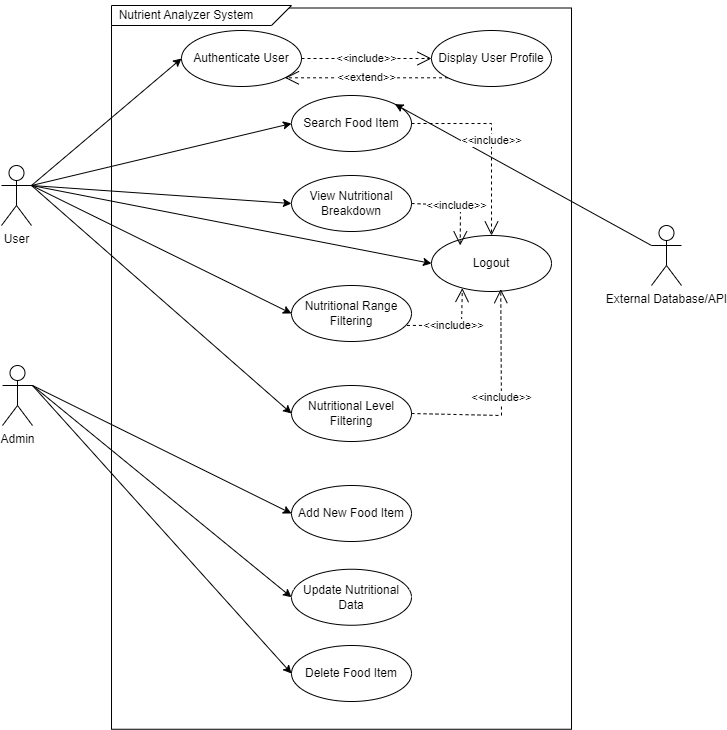
Earlier version of the draw.io export UseCase_Diagram.drawio.png (kisangkay/Milestone2_Group62). Source tidied: cells renumbered, new cells last; positions are measured from the earlier drawing's top-left corner, leaving out a move shared by most shapes. Its diagram source:
```xml
<mxGraphModel>
  <root>
    <mxCell id="0" />
    <mxCell id="1" parent="0" />
    <mxCell id="2" style="rounded=0;whiteSpace=wrap;html=1;rotation=90;" parent="1" vertex="1">
      <mxGeometry x="0.4" y="138.1" width="721.2" height="460" as="geometry" />
    </mxCell>
    <mxCell id="3" style="shape=card;whiteSpace=wrap;html=1;rotation=-180;" parent="1" vertex="1">
      <mxGeometry x="131" y="5" width="180" height="20" as="geometry" />
    </mxCell>
    <mxCell id="4" value="Nutrient Analyzer System" style="text;html=1;align=center;verticalAlign=middle;whiteSpace=wrap;rounded=0;" parent="1" vertex="1">
      <mxGeometry x="131" width="150" height="30" as="geometry" />
    </mxCell>
    <mxCell id="5" value="User" style="shape=umlActor;verticalLabelPosition=bottom;verticalAlign=top;html=1;" parent="1" vertex="1">
      <mxGeometry x="21" y="165" width="30" height="60" as="geometry" />
    </mxCell>
    <mxCell id="6" value="Admin" style="shape=umlActor;verticalLabelPosition=bottom;verticalAlign=top;html=1;" parent="1" vertex="1">
      <mxGeometry x="22" y="365" width="30" height="60" as="geometry" />
    </mxCell>
    <mxCell id="7" value="Search Food Item" style="ellipse;whiteSpace=wrap;html=1;" parent="1" vertex="1">
      <mxGeometry x="311" y="95" width="120" height="56" as="geometry" />
    </mxCell>
    <mxCell id="8" value="Add New Food Item" style="ellipse;whiteSpace=wrap;html=1;" parent="1" vertex="1">
      <mxGeometry x="311" y="485" width="120" height="56" as="geometry" />
    </mxCell>
    <mxCell id="9" value="Nutritional Level Filtering" style="ellipse;whiteSpace=wrap;html=1;" parent="1" vertex="1">
      <mxGeometry x="311" y="385" width="120" height="56" as="geometry" />
    </mxCell>
    <mxCell id="10" value="View Nutritional Breakdown" style="ellipse;whiteSpace=wrap;html=1;" parent="1" vertex="1">
      <mxGeometry x="311" y="175" width="120" height="56" as="geometry" />
    </mxCell>
    <mxCell id="11" value="Nutritional Range Filtering" style="ellipse;whiteSpace=wrap;html=1;" parent="1" vertex="1">
      <mxGeometry x="311" y="285" width="120" height="56" as="geometry" />
    </mxCell>
    <mxCell id="12" value="Update Nutritional Data" style="ellipse;whiteSpace=wrap;html=1;" parent="1" vertex="1">
      <mxGeometry x="311" y="568.8" width="120" height="56" as="geometry" />
    </mxCell>
    <mxCell id="13" style="endArrow=classic;html=1;rounded=0;exitX=1;exitY=0.3333333333333333;exitDx=0;exitDy=0;exitPerimeter=0;entryX=0;entryY=0.5;entryDx=0;entryDy=0;" parent="1" edge="1" source="5" target="7">
      <mxGeometry relative="1" as="geometry" />
    </mxCell>
    <mxCell id="14" style="endArrow=classic;html=1;rounded=0;exitX=1;exitY=0.3333333333333333;exitDx=0;exitDy=0;exitPerimeter=0;entryX=0;entryY=0.5;entryDx=0;entryDy=0;" parent="1" edge="1" source="5" target="10">
      <mxGeometry relative="1" as="geometry" />
    </mxCell>
    <mxCell id="15" style="endArrow=classic;html=1;rounded=0;exitX=1;exitY=0.3333333333333333;exitDx=0;exitDy=0;exitPerimeter=0;entryX=0;entryY=0.5;entryDx=0;entryDy=0;" parent="1" edge="1" source="5" target="11">
      <mxGeometry relative="1" as="geometry" />
    </mxCell>
    <mxCell id="16" style="endArrow=classic;html=1;rounded=0;exitX=1;exitY=0.3333333333333333;exitDx=0;exitDy=0;exitPerimeter=0;entryX=0;entryY=0.5;entryDx=0;entryDy=0;" parent="1" edge="1" source="5" target="9">
      <mxGeometry relative="1" as="geometry" />
    </mxCell>
    <mxCell id="17" style="endArrow=classic;html=1;rounded=0;exitX=1;exitY=0.3333333333333333;exitDx=0;exitDy=0;exitPerimeter=0;entryX=0;entryY=0.5;entryDx=0;entryDy=0;" parent="1" edge="1" source="6" target="8">
      <mxGeometry relative="1" as="geometry" />
    </mxCell>
    <mxCell id="18" style="endArrow=classic;html=1;rounded=0;exitX=1;exitY=0.3333333333333333;exitDx=0;exitDy=0;exitPerimeter=0;entryX=0;entryY=0.5;entryDx=0;entryDy=0;" parent="1" edge="1" source="6" target="12">
      <mxGeometry relative="1" as="geometry" />
    </mxCell>
    <mxCell id="19" value="External Database/API" style="shape=umlActor;verticalLabelPosition=bottom;verticalAlign=top;html=1;outlineConnect=0;" parent="1" vertex="1">
      <mxGeometry x="671" y="225" width="30" height="60" as="geometry" />
    </mxCell>
    <mxCell id="20" style="endArrow=classic;html=1;rounded=0;exitX=0;exitY=0.3333333333333333;exitDx=0;exitDy=0;exitPerimeter=0;entryX=1;entryY=0;entryDx=0;entryDy=0;" parent="1" edge="1" source="19" target="7">
      <mxGeometry relative="1" as="geometry" />
    </mxCell>
    <mxCell id="21" value="Delete Food Item" style="ellipse;whiteSpace=wrap;html=1;" parent="1" vertex="1">
      <mxGeometry x="311" y="645" width="120" height="56" as="geometry" />
    </mxCell>
    <mxCell id="22" style="endArrow=classic;html=1;rounded=0;exitX=1;exitY=0.3333333333333333;exitDx=0;exitDy=0;exitPerimeter=0;entryX=0;entryY=0.5;entryDx=0;entryDy=0;" parent="1" edge="1" source="6" target="21">
      <mxGeometry relative="1" as="geometry" />
    </mxCell>
    <mxCell id="23" value="Authenticate User" style="ellipse;whiteSpace=wrap;html=1;" parent="1" vertex="1">
      <mxGeometry x="201" y="30" width="120" height="56" as="geometry" />
    </mxCell>
    <mxCell id="24" style="endArrow=classic;html=1;rounded=0;exitX=1;exitY=0.3333333333333333;exitDx=0;exitDy=0;exitPerimeter=0;entryX=0;entryY=0.5;entryDx=0;entryDy=0;" parent="1" edge="1" source="5" target="23">
      <mxGeometry relative="1" as="geometry" />
    </mxCell>
    <mxCell id="25" value="Logout" style="ellipse;whiteSpace=wrap;html=1;" parent="1" vertex="1">
      <mxGeometry x="451" y="235" width="120" height="56" as="geometry" />
    </mxCell>
    <mxCell id="26" style="endArrow=classic;html=1;rounded=0;entryX=0;entryY=0.5;entryDx=0;entryDy=0;" parent="1" edge="1" target="25">
      <mxGeometry relative="1" as="geometry">
        <mxPoint x="51" y="185" as="sourcePoint" />
      </mxGeometry>
    </mxCell>
    <mxCell id="27" value="Display User Profile" style="ellipse;whiteSpace=wrap;html=1;" parent="1" vertex="1">
      <mxGeometry x="451" y="30" width="120" height="56" as="geometry" />
    </mxCell>
    <mxCell id="28" value="&amp;lt;&amp;lt;include&amp;gt;&amp;gt;" style="endArrow=open;endSize=12;dashed=1;html=1;rounded=0;exitX=1;exitY=0.5;exitDx=0;exitDy=0;entryX=0;entryY=0.5;entryDx=0;entryDy=0;" parent="1" edge="1" source="23" target="27">
      <mxGeometry relative="1" as="geometry" />
    </mxCell>
    <mxCell id="29" value="&amp;lt;&amp;lt;extend&amp;gt;&amp;gt;" style="endArrow=open;endSize=12;dashed=1;html=1;rounded=0;exitX=0;exitY=1;exitDx=0;exitDy=0;entryX=1;entryY=1;entryDx=0;entryDy=0;" parent="1" edge="1" source="27" target="23">
      <mxGeometry relative="1" as="geometry" />
    </mxCell>
    <mxCell id="30" value="&amp;lt;&amp;lt;include&amp;gt;&amp;gt;" style="endArrow=open;endSize=12;dashed=1;html=1;rounded=0;exitX=1;exitY=0.5;exitDx=0;exitDy=0;entryX=0.5;entryY=0;entryDx=0;entryDy=0;" parent="1" edge="1" source="7" target="25">
      <mxGeometry relative="1" as="geometry">
        <Array as="points">
          <mxPoint x="511" y="123" />
        </Array>
      </mxGeometry>
    </mxCell>
    <mxCell id="31" value="&amp;lt;&amp;lt;include&amp;gt;&amp;gt;" style="endArrow=open;endSize=12;dashed=1;html=1;rounded=0;exitX=1;exitY=0.5;exitDx=0;exitDy=0;entryX=0.577;entryY=0.958;entryDx=0;entryDy=0;entryPerimeter=0;" parent="1" edge="1" source="9" target="25">
      <mxGeometry relative="1" as="geometry">
        <Array as="points">
          <mxPoint x="521" y="415" />
        </Array>
      </mxGeometry>
    </mxCell>
    <mxCell id="32" value="&amp;lt;&amp;lt;include&amp;gt;&amp;gt;" style="endArrow=open;endSize=12;dashed=1;html=1;rounded=0;exitX=1;exitY=0.5;exitDx=0;exitDy=0;entryX=0.239;entryY=0.177;entryDx=0;entryDy=0;entryPerimeter=0;" parent="1" edge="1" source="10" target="25">
      <mxGeometry relative="1" as="geometry">
        <Array as="points">
          <mxPoint x="480" y="205" />
        </Array>
      </mxGeometry>
    </mxCell>
    <mxCell id="33" value="&amp;lt;&amp;lt;include&amp;gt;&amp;gt;" style="endArrow=open;endSize=12;dashed=1;html=1;rounded=0;entryX=0.257;entryY=0.939;entryDx=0;entryDy=0;entryPerimeter=0;exitX=0.962;exitY=0.713;exitDx=0;exitDy=0;exitPerimeter=0;" parent="1" edge="1" source="11" target="25">
      <mxGeometry relative="1" as="geometry">
        <Array as="points">
          <mxPoint x="481" y="325" />
        </Array>
      </mxGeometry>
    </mxCell>
  </root>
</mxGraphModel>
```
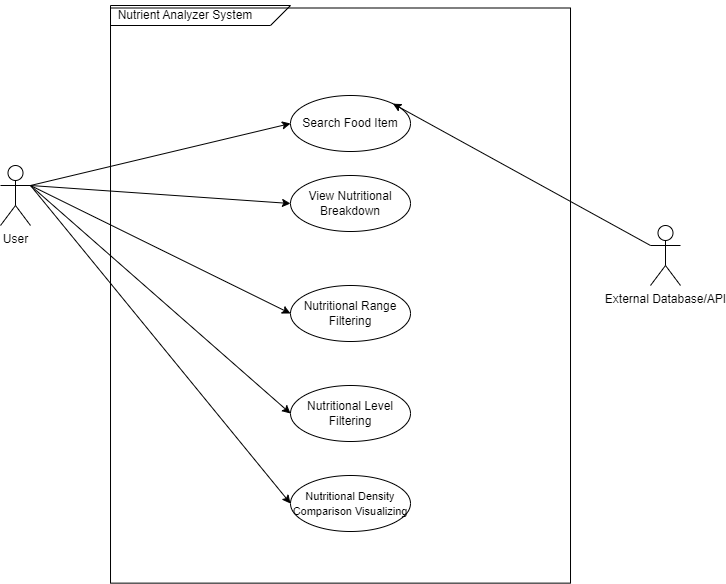
Later version of the same file.

Diff of the diagram source:
```diff
@@ -2,10 +2,10 @@
   <root>
     <mxCell id="0" />
     <mxCell id="1" parent="0" />
-    <mxCell id="2" style="rounded=0;whiteSpace=wrap;html=1;rotation=90;" parent="1" vertex="1">
-      <mxGeometry x="0.4" y="138.1" width="721.2" height="460" as="geometry" />
+    <mxCell id="2" style="rounded=0;whiteSpace=wrap;html=1;rotation=90;fillColor=none;" parent="1" vertex="1">
+      <mxGeometry x="73.4" y="65.1" width="575.1" height="460" as="geometry" />
     </mxCell>
-    <mxCell id="3" style="shape=card;whiteSpace=wrap;html=1;rotation=-180;" parent="1" vertex="1">
+    <mxCell id="3" style="shape=card;whiteSpace=wrap;html=1;rotation=-180;fillColor=none;" parent="1" vertex="1">
       <mxGeometry x="131" y="5" width="180" height="20" as="geometry" />
     </mxCell>
     <mxCell id="4" value="Nutrient Analyzer System" style="text;html=1;align=center;verticalAlign=middle;whiteSpace=wrap;rounded=0;" parent="1" vertex="1">
@@ -14,27 +14,18 @@
     <mxCell id="5" value="User" style="shape=umlActor;verticalLabelPosition=bottom;verticalAlign=top;html=1;" parent="1" vertex="1">
       <mxGeometry x="21" y="165" width="30" height="60" as="geometry" />
     </mxCell>
-    <mxCell id="6" value="Admin" style="shape=umlActor;verticalLabelPosition=bottom;verticalAlign=top;html=1;" parent="1" vertex="1">
-      <mxGeometry x="22" y="365" width="30" height="60" as="geometry" />
-    </mxCell>
-    <mxCell id="7" value="Search Food Item" style="ellipse;whiteSpace=wrap;html=1;" parent="1" vertex="1">
+    <mxCell id="7" value="Search Food Item" style="ellipse;whiteSpace=wrap;html=1;fillColor=none;" parent="1" vertex="1">
       <mxGeometry x="311" y="95" width="120" height="56" as="geometry" />
     </mxCell>
-    <mxCell id="8" value="Add New Food Item" style="ellipse;whiteSpace=wrap;html=1;" parent="1" vertex="1">
-      <mxGeometry x="311" y="485" width="120" height="56" as="geometry" />
-    </mxCell>
-    <mxCell id="9" value="Nutritional Level Filtering" style="ellipse;whiteSpace=wrap;html=1;" parent="1" vertex="1">
+    <mxCell id="9" value="Nutritional Level Filtering" style="ellipse;whiteSpace=wrap;html=1;fillColor=none;" parent="1" vertex="1">
       <mxGeometry x="311" y="385" width="120" height="56" as="geometry" />
     </mxCell>
-    <mxCell id="10" value="View Nutritional Breakdown" style="ellipse;whiteSpace=wrap;html=1;" parent="1" vertex="1">
+    <mxCell id="10" value="View Nutritional Breakdown" style="ellipse;whiteSpace=wrap;html=1;fillColor=none;" parent="1" vertex="1">
       <mxGeometry x="311" y="175" width="120" height="56" as="geometry" />
     </mxCell>
-    <mxCell id="11" value="Nutritional Range Filtering" style="ellipse;whiteSpace=wrap;html=1;" parent="1" vertex="1">
+    <mxCell id="11" value="Nutritional Range Filtering" style="ellipse;whiteSpace=wrap;html=1;fillColor=none;" parent="1" vertex="1">
       <mxGeometry x="311" y="285" width="120" height="56" as="geometry" />
     </mxCell>
-    <mxCell id="12" value="Update Nutritional Data" style="ellipse;whiteSpace=wrap;html=1;" parent="1" vertex="1">
-      <mxGeometry x="311" y="568.8" width="120" height="56" as="geometry" />
-    </mxCell>
     <mxCell id="13" style="endArrow=classic;html=1;rounded=0;exitX=1;exitY=0.3333333333333333;exitDx=0;exitDy=0;exitPerimeter=0;entryX=0;entryY=0.5;entryDx=0;entryDy=0;" parent="1" edge="1" source="5" target="7">
       <mxGeometry relative="1" as="geometry" />
     </mxCell>
@@ -47,74 +38,17 @@
     <mxCell id="16" style="endArrow=classic;html=1;rounded=0;exitX=1;exitY=0.3333333333333333;exitDx=0;exitDy=0;exitPerimeter=0;entryX=0;entryY=0.5;entryDx=0;entryDy=0;" parent="1" edge="1" source="5" target="9">
       <mxGeometry relative="1" as="geometry" />
     </mxCell>
-    <mxCell id="17" style="endArrow=classic;html=1;rounded=0;exitX=1;exitY=0.3333333333333333;exitDx=0;exitDy=0;exitPerimeter=0;entryX=0;entryY=0.5;entryDx=0;entryDy=0;" parent="1" edge="1" source="6" target="8">
-      <mxGeometry relative="1" as="geometry" />
-    </mxCell>
-    <mxCell id="18" style="endArrow=classic;html=1;rounded=0;exitX=1;exitY=0.3333333333333333;exitDx=0;exitDy=0;exitPerimeter=0;entryX=0;entryY=0.5;entryDx=0;entryDy=0;" parent="1" edge="1" source="6" target="12">
-      <mxGeometry relative="1" as="geometry" />
-    </mxCell>
     <mxCell id="19" value="External Database/API" style="shape=umlActor;verticalLabelPosition=bottom;verticalAlign=top;html=1;outlineConnect=0;" parent="1" vertex="1">
       <mxGeometry x="671" y="225" width="30" height="60" as="geometry" />
     </mxCell>
     <mxCell id="20" style="endArrow=classic;html=1;rounded=0;exitX=0;exitY=0.3333333333333333;exitDx=0;exitDy=0;exitPerimeter=0;entryX=1;entryY=0;entryDx=0;entryDy=0;" parent="1" edge="1" source="19" target="7">
       <mxGeometry relative="1" as="geometry" />
     </mxCell>
-    <mxCell id="21" value="Delete Food Item" style="ellipse;whiteSpace=wrap;html=1;" parent="1" vertex="1">
-      <mxGeometry x="311" y="645" width="120" height="56" as="geometry" />
-    </mxCell>
-    <mxCell id="22" style="endArrow=classic;html=1;rounded=0;exitX=1;exitY=0.3333333333333333;exitDx=0;exitDy=0;exitPerimeter=0;entryX=0;entryY=0.5;entryDx=0;entryDy=0;" parent="1" edge="1" source="6" target="21">
-      <mxGeometry relative="1" as="geometry" />
-    </mxCell>
-    <mxCell id="23" value="Authenticate User" style="ellipse;whiteSpace=wrap;html=1;" parent="1" vertex="1">
-      <mxGeometry x="201" y="30" width="120" height="56" as="geometry" />
-    </mxCell>
-    <mxCell id="24" style="endArrow=classic;html=1;rounded=0;exitX=1;exitY=0.3333333333333333;exitDx=0;exitDy=0;exitPerimeter=0;entryX=0;entryY=0.5;entryDx=0;entryDy=0;" parent="1" edge="1" source="5" target="23">
-      <mxGeometry relative="1" as="geometry" />
-    </mxCell>
-    <mxCell id="25" value="Logout" style="ellipse;whiteSpace=wrap;html=1;" parent="1" vertex="1">
-      <mxGeometry x="451" y="235" width="120" height="56" as="geometry" />
-    </mxCell>
-    <mxCell id="26" style="endArrow=classic;html=1;rounded=0;entryX=0;entryY=0.5;entryDx=0;entryDy=0;" parent="1" edge="1" target="25">
-      <mxGeometry relative="1" as="geometry">
-        <mxPoint x="51" y="185" as="sourcePoint" />
-      </mxGeometry>
-    </mxCell>
-    <mxCell id="27" value="Display User Profile" style="ellipse;whiteSpace=wrap;html=1;" parent="1" vertex="1">
-      <mxGeometry x="451" y="30" width="120" height="56" as="geometry" />
-    </mxCell>
-    <mxCell id="28" value="&amp;lt;&amp;lt;include&amp;gt;&amp;gt;" style="endArrow=open;endSize=12;dashed=1;html=1;rounded=0;exitX=1;exitY=0.5;exitDx=0;exitDy=0;entryX=0;entryY=0.5;entryDx=0;entryDy=0;" parent="1" edge="1" source="23" target="27">
-      <mxGeometry relative="1" as="geometry" />
-    </mxCell>
-    <mxCell id="29" value="&amp;lt;&amp;lt;extend&amp;gt;&amp;gt;" style="endArrow=open;endSize=12;dashed=1;html=1;rounded=0;exitX=0;exitY=1;exitDx=0;exitDy=0;entryX=1;entryY=1;entryDx=0;entryDy=0;" parent="1" edge="1" source="27" target="23">
-      <mxGeometry relative="1" as="geometry" />
-    </mxCell>
-    <mxCell id="30" value="&amp;lt;&amp;lt;include&amp;gt;&amp;gt;" style="endArrow=open;endSize=12;dashed=1;html=1;rounded=0;exitX=1;exitY=0.5;exitDx=0;exitDy=0;entryX=0.5;entryY=0;entryDx=0;entryDy=0;" parent="1" edge="1" source="7" target="25">
-      <mxGeometry relative="1" as="geometry">
-        <Array as="points">
-          <mxPoint x="511" y="123" />
-        </Array>
-      </mxGeometry>
-    </mxCell>
-    <mxCell id="31" value="&amp;lt;&amp;lt;include&amp;gt;&amp;gt;" style="endArrow=open;endSize=12;dashed=1;html=1;rounded=0;exitX=1;exitY=0.5;exitDx=0;exitDy=0;entryX=0.577;entryY=0.958;entryDx=0;entryDy=0;entryPerimeter=0;" parent="1" edge="1" source="9" target="25">
-      <mxGeometry relative="1" as="geometry">
-        <Array as="points">
-          <mxPoint x="521" y="415" />
-        </Array>
-      </mxGeometry>
-    </mxCell>
-    <mxCell id="32" value="&amp;lt;&amp;lt;include&amp;gt;&amp;gt;" style="endArrow=open;endSize=12;dashed=1;html=1;rounded=0;exitX=1;exitY=0.5;exitDx=0;exitDy=0;entryX=0.239;entryY=0.177;entryDx=0;entryDy=0;entryPerimeter=0;" parent="1" edge="1" source="10" target="25">
-      <mxGeometry relative="1" as="geometry">
-        <Array as="points">
-          <mxPoint x="480" y="205" />
-        </Array>
-      </mxGeometry>
-    </mxCell>
-    <mxCell id="33" value="&amp;lt;&amp;lt;include&amp;gt;&amp;gt;" style="endArrow=open;endSize=12;dashed=1;html=1;rounded=0;entryX=0.257;entryY=0.939;entryDx=0;entryDy=0;entryPerimeter=0;exitX=0.962;exitY=0.713;exitDx=0;exitDy=0;exitPerimeter=0;" parent="1" edge="1" source="11" target="25">
-      <mxGeometry relative="1" as="geometry">
-        <Array as="points">
-          <mxPoint x="481" y="325" />
-        </Array>
-      </mxGeometry>
-    </mxCell>
+    <mxCell id="34" value="&lt;font style=&quot;font-size: 11px;&quot;&gt;Nutritional Density Comparison Visualizing&lt;/font&gt;" style="ellipse;whiteSpace=wrap;html=1;fillColor=none;" parent="1" vertex="1">
+      <mxGeometry x="311" y="475" width="120" height="56" as="geometry" />
+    </mxCell>
+    <mxCell id="35" style="endArrow=classic;html=1;rounded=0;entryX=0;entryY=0.5;entryDx=0;entryDy=0;exitX=1;exitY=0.3333333333333333;exitDx=0;exitDy=0;exitPerimeter=0;" parent="1" edge="1" source="5" target="34">
+      <mxGeometry relative="1" as="geometry" />
+    </mxCell>
   </root>
 </mxGraphModel>
```
